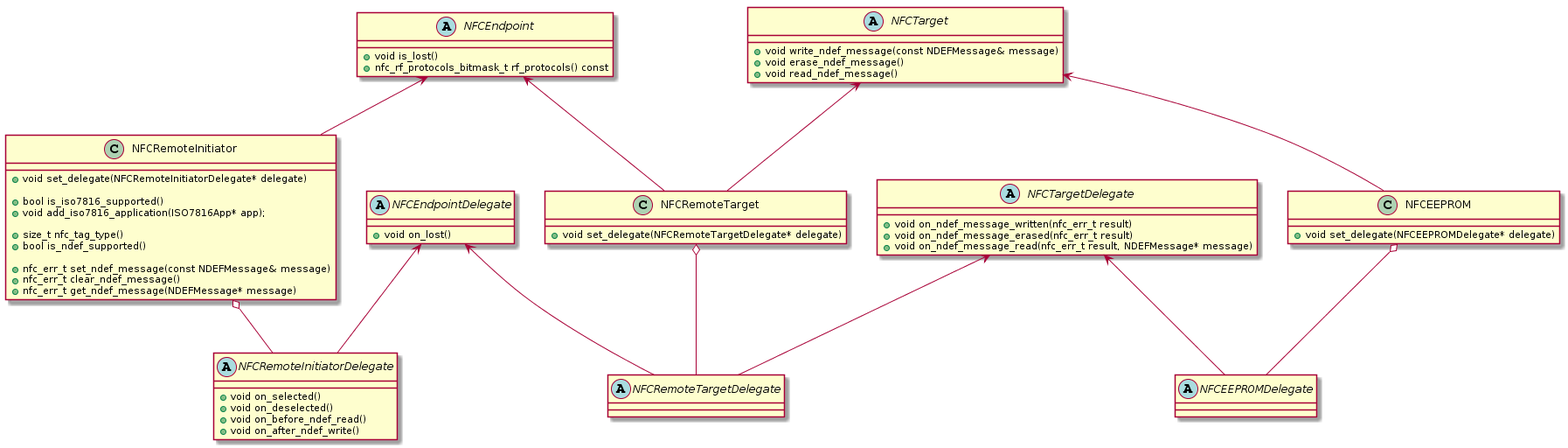
This is features/nfc/doc/uml_diagram_endpoints.png from ARMmbed/mbed-os, a PlantUML export, as it was before one commit. Its diagram source:
```plantuml
@startuml
abstract class NFCEndpoint {
  +void is_lost()
  +nfc_rf_protocols_bitmask_t rf_protocols() const
}

abstract class NFCEndpointDelegate {
  +void on_lost()
}

abstract class NFCTarget {
  +void write_ndef_message(const NDEFMessage& message)
  +void erase_ndef_message()
  +void read_ndef_message()
}

abstract class NFCTargetDelegate {
  +void on_ndef_message_written(nfc_err_t result)
  +void on_ndef_message_erased(nfc_err_t result)
  +void on_ndef_message_read(nfc_err_t result, NDEFMessage* message)
}

class NFCEEPROM {
  +void set_delegate(NFCEEPROMDelegate* delegate)
}

abstract class NFCEEPROMDelegate {

}

NFCTarget <-- NFCEEPROM
NFCTargetDelegate <-- NFCEEPROMDelegate
NFCEEPROM o-- NFCEEPROMDelegate

class NFCRemoteInitiator {
  +void set_delegate(NFCRemoteInitiatorDelegate* delegate)

  +bool is_iso7816_supported()
  +void add_iso7816_application(ISO7816App* app);

  +size_t nfc_tag_type()
  +bool is_ndef_supported()

  +nfc_err_t set_ndef_message(const NDEFMessage& message)
  +nfc_err_t clear_ndef_message()
  +nfc_err_t get_ndef_message(NDEFMessage* message)
}

abstract class NFCRemoteInitiatorDelegate {
  +void on_selected()
  +void on_deselected()
  +void on_before_ndef_read()
  +void on_after_ndef_write()
}

NFCEndpoint <-- NFCRemoteInitiator
NFCEndpointDelegate <-- NFCRemoteInitiatorDelegate
NFCRemoteInitiator o-- NFCRemoteInitiatorDelegate

class NFCRemoteTarget {
  +void set_delegate(NFCRemoteTargetDelegate* delegate)

}

abstract class NFCRemoteTargetDelegate {

}

NFCEndpoint <-- NFCRemoteTarget
NFCTarget <-- NFCRemoteTarget
NFCEndpointDelegate <-- NFCRemoteTargetDelegate
NFCTargetDelegate <-- NFCRemoteTargetDelegate
NFCRemoteTarget o-- NFCRemoteTargetDelegate
@enduml
```
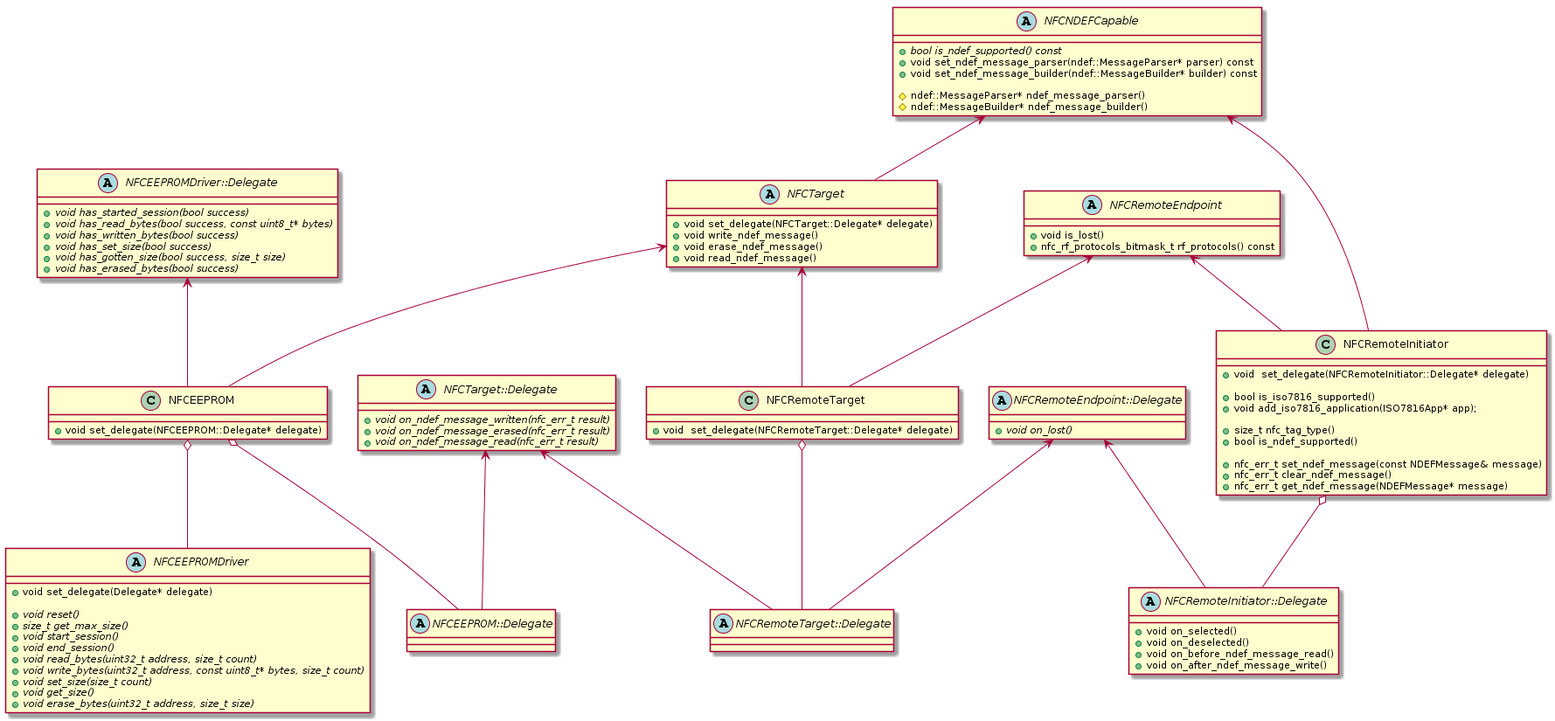
The same diagram one commit later.

Commit message:
Update endpoints diagram

Diff of the diagram source:
```diff
@@ -1,39 +1,76 @@
 @startuml
-abstract class NFCEndpoint {
+abstract class NFCNDEFCapable {
+  +{abstract} bool is_ndef_supported() const
+  +void set_ndef_message_parser(ndef::MessageParser* parser) const
+  +void set_ndef_message_builder(ndef::MessageBuilder* builder) const
+
+  #ndef::MessageParser* ndef_message_parser()
+  #ndef::MessageBuilder* ndef_message_builder()
+}
+
+abstract class NFCRemoteEndpoint {
   +void is_lost()
   +nfc_rf_protocols_bitmask_t rf_protocols() const
 }
 
-abstract class NFCEndpointDelegate {
-  +void on_lost()
+abstract class NFCRemoteEndpoint::Delegate {
+  +{abstract} void on_lost()
 }
 
 abstract class NFCTarget {
-  +void write_ndef_message(const NDEFMessage& message)
+  +void set_delegate(NFCTarget::Delegate* delegate)
+  +void write_ndef_message()
   +void erase_ndef_message()
   +void read_ndef_message()
 }
 
-abstract class NFCTargetDelegate {
-  +void on_ndef_message_written(nfc_err_t result)
-  +void on_ndef_message_erased(nfc_err_t result)
-  +void on_ndef_message_read(nfc_err_t result, NDEFMessage* message)
+abstract class NFCTarget::Delegate {
+  +{abstract} void on_ndef_message_written(nfc_err_t result)
+  +{abstract} void on_ndef_message_erased(nfc_err_t result)
+  +{abstract} void on_ndef_message_read(nfc_err_t result)
 }
 
 class NFCEEPROM {
-  +void set_delegate(NFCEEPROMDelegate* delegate)
+  +void set_delegate(NFCEEPROM::Delegate* delegate)
 }
 
-abstract class NFCEEPROMDelegate {
+abstract class NFCEEPROM::Delegate {
 
 }
 
+abstract class NFCEEPROMDriver {
+  +void set_delegate(Delegate* delegate)
+
+  +{abstract} void reset()
+  +{abstract} size_t get_max_size()
+  +{abstract} void start_session()
+  +{abstract} void end_session()
+  +{abstract} void read_bytes(uint32_t address, size_t count)
+  +{abstract} void write_bytes(uint32_t address, const uint8_t* bytes, size_t count)
+  +{abstract} void set_size(size_t count)
+  +{abstract} void get_size()
+  +{abstract} void erase_bytes(uint32_t address, size_t size)
+}
+
+abstract class NFCEEPROMDriver::Delegate {
+  +{abstract} void has_started_session(bool success)
+  +{abstract} void has_read_bytes(bool success, const uint8_t* bytes)
+  +{abstract} void has_written_bytes(bool success)
+  +{abstract} void has_set_size(bool success)
+  +{abstract} void has_gotten_size(bool success, size_t size)
+  +{abstract} void has_erased_bytes(bool success)
+}
+
+
+NFCNDEFCapable <-- NFCTarget
 NFCTarget <-- NFCEEPROM
-NFCTargetDelegate <-- NFCEEPROMDelegate
-NFCEEPROM o-- NFCEEPROMDelegate
+NFCTarget::Delegate <-- NFCEEPROM::Delegate
+NFCEEPROM o-- NFCEEPROM::Delegate
+NFCEEPROM o-- NFCEEPROMDriver
+NFCEEPROMDriver::Delegate <-- NFCEEPROM
 
 class NFCRemoteInitiator {
-  +void set_delegate(NFCRemoteInitiatorDelegate* delegate)
+  +void  set_delegate(NFCRemoteInitiator::Delegate* delegate)
 
   +bool is_iso7816_supported()
   +void add_iso7816_application(ISO7816App* app);
@@ -46,29 +83,30 @@
   +nfc_err_t get_ndef_message(NDEFMessage* message)
 }
 
-abstract class NFCRemoteInitiatorDelegate {
+abstract class NFCRemoteInitiator::Delegate {
   +void on_selected()
   +void on_deselected()
-  +void on_before_ndef_read()
-  +void on_after_ndef_write()
+  +void on_before_ndef_message_read()
+  +void on_after_ndef_message_write()
 }
 
-NFCEndpoint <-- NFCRemoteInitiator
-NFCEndpointDelegate <-- NFCRemoteInitiatorDelegate
-NFCRemoteInitiator o-- NFCRemoteInitiatorDelegate
+NFCNDEFCapable <-- NFCRemoteInitiator
+ NFCRemoteEndpoint <-- NFCRemoteInitiator
+ NFCRemoteEndpoint::Delegate <-- NFCRemoteInitiator::Delegate
+NFCRemoteInitiator o-- NFCRemoteInitiator::Delegate
 
 class NFCRemoteTarget {
-  +void set_delegate(NFCRemoteTargetDelegate* delegate)
+  +void  set_delegate(NFCRemoteTarget::Delegate* delegate)
 
 }
 
-abstract class NFCRemoteTargetDelegate {
+abstract class NFCRemoteTarget::Delegate {
 
 }
 
-NFCEndpoint <-- NFCRemoteTarget
+ NFCRemoteEndpoint <-- NFCRemoteTarget
 NFCTarget <-- NFCRemoteTarget
-NFCEndpointDelegate <-- NFCRemoteTargetDelegate
-NFCTargetDelegate <-- NFCRemoteTargetDelegate
-NFCRemoteTarget o-- NFCRemoteTargetDelegate
+ NFCRemoteEndpoint::Delegate <-- NFCRemoteTarget::Delegate
+NFCTarget::Delegate <-- NFCRemoteTarget::Delegate
+NFCRemoteTarget o-- NFCRemoteTarget::Delegate
 @enduml
```
